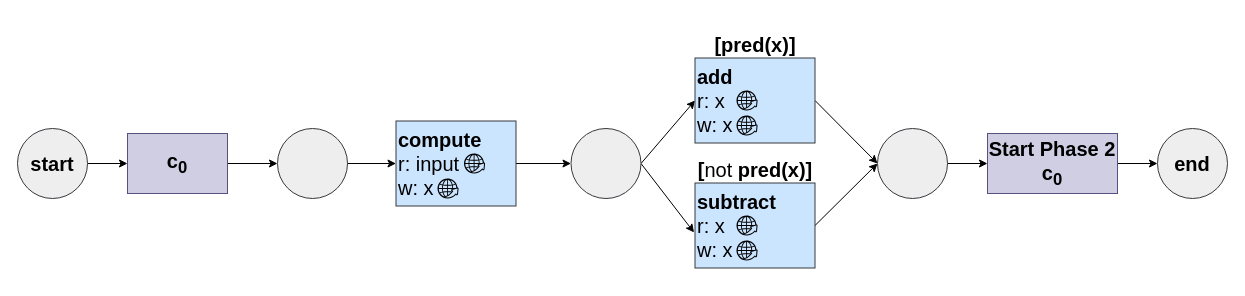
spcl/sebs-flow-artifact keeps this draw.io diagram as figures/model/condition.drawio. Above is the earlier version. Source tidied: cells renumbered, new cells numbered last; positions are measured from the earlier drawing's top-left corner, leaving out a move shared by most shapes. Both pictures are drawn from the tidied source at 100%, with x=0, y=0 at pixel (17, 28).
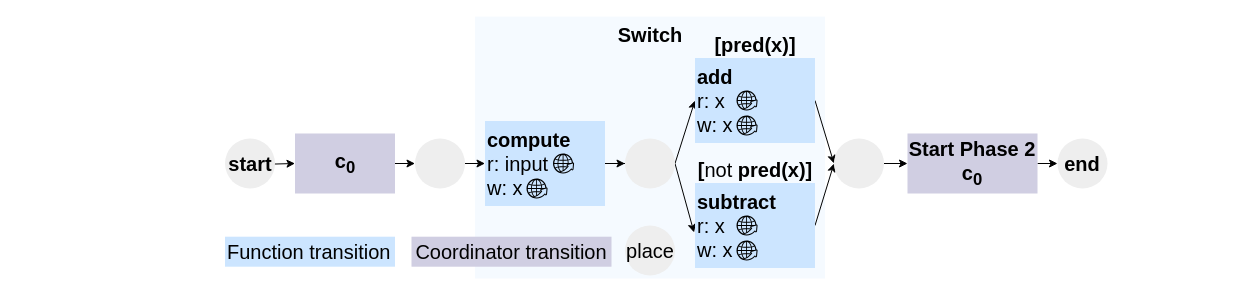
The same diagram, later.

Change to the diagram source:
```diff
@@
+    <mxCell id="30" value="&lt;b&gt;Switch&lt;/b&gt;" style="rounded=0;whiteSpace=wrap;html=1;fontSize=20;align=center;verticalAlign=top;strokeColor=none;fillColor=#F5FAFF;" parent="1" vertex="1">
+      <mxGeometry x="457.5" y="-11.9" width="350" height="261.9" as="geometry" />
+    </mxCell>
-    <mxCell id="2" style="edgeStyle=orthogonalEdgeStyle;rounded=0;jettySize=auto;html=1;entryX=0;entryY=0.5;entryDx=0;entryDy=0;fontSize=20;" parent="1" edge="1" source="3" target="5">
-      <mxGeometry relative="1" as="geometry" />
+    <mxCell id="2" style="edgeStyle=orthogonalEdgeStyle;rounded=0;jettySize=auto;html=1;entryX=0;entryY=0.5;entryDx=0;entryDy=0;fontSize=20;" parent="1" edge="1" target="5">
+      <mxGeometry relative="1" as="geometry">
+        <mxPoint x="237.5" y="135" as="sourcePoint" />
+      </mxGeometry>
     </mxCell>
-    <mxCell id="3" value="start" style="ellipse;whiteSpace=wrap;html=1;fontSize=20;fontStyle=1;fillColor=#eeeeee;strokeColor=#36393d;" parent="1" vertex="1">
-      <mxGeometry y="100" width="70" height="70" as="geometry" />
-    </mxCell>
-    <mxCell id="4" style="edgeStyle=none;rounded=0;jettySize=auto;html=1;exitX=1;exitY=0.5;exitDx=0;exitDy=0;entryX=0;entryY=0.5;entryDx=0;entryDy=0;fontSize=20;" parent="1" edge="1" source="5" target="25">
-      <mxGeometry relative="1" as="geometry" />
+    <mxCell id="4" style="edgeStyle=none;rounded=0;jettySize=auto;html=1;exitX=1;exitY=0.5;exitDx=0;exitDy=0;entryX=0;entryY=0.5;entryDx=0;entryDy=0;fontSize=20;" parent="1" edge="1" source="5">
+      <mxGeometry relative="1" as="geometry">
+        <mxPoint x="397.5" y="135" as="targetPoint" />
+      </mxGeometry>
     </mxCell>
-    <mxCell id="5" value="c&lt;sub&gt;0&lt;/sub&gt;" style="rounded=0;whiteSpace=wrap;html=1;fontSize=20;fillColor=#d0cee2;strokeColor=#56517e;fontStyle=1;" parent="1" vertex="1">
-      <mxGeometry x="110" y="105" width="100" height="60" as="geometry" />
+    <mxCell id="5" value="c&lt;sub&gt;0&lt;/sub&gt;" style="rounded=0;whiteSpace=wrap;html=1;fontSize=20;fillColor=#d0cee2;strokeColor=none;fontStyle=1;" parent="1" vertex="1">
+      <mxGeometry x="277.5" y="105" width="100" height="60" as="geometry" />
     </mxCell>
-    <mxCell id="6" style="edgeStyle=orthogonalEdgeStyle;rounded=0;jettySize=auto;html=1;exitX=1;exitY=0.5;exitDx=0;exitDy=0;entryX=0;entryY=0.5;entryDx=0;entryDy=0;" parent="1" edge="1" source="7" target="13">
+    <mxCell id="6" style="edgeStyle=orthogonalEdgeStyle;rounded=0;jettySize=auto;html=1;exitX=1;exitY=0.5;exitDx=0;exitDy=0;" parent="1" edge="1" source="7" target="32">
       <mxGeometry relative="1" as="geometry" />
     </mxCell>
-    <mxCell id="7" value="&lt;b&gt;compute&lt;br&gt;&lt;/b&gt;r: input&lt;br&gt;w: x" style="rounded=0;whiteSpace=wrap;html=1;fontSize=20;align=left;fillColor=#cce5ff;strokeColor=#36393d;" parent="1" vertex="1">
-      <mxGeometry x="378.5" y="92.5" width="120" height="85" as="geometry" />
+    <mxCell id="7" value="&lt;b&gt;compute&lt;br&gt;&lt;/b&gt;r: input&lt;br&gt;w: x" style="rounded=0;whiteSpace=wrap;html=1;fontSize=20;align=left;fillColor=#cce5ff;strokeColor=none;" parent="1" vertex="1">
+      <mxGeometry x="467.5" y="92.5" width="120" height="85" as="geometry" />
     </mxCell>
     <mxCell id="8" style="sketch=0;html=1;strokeColor=none;shadow=0;align=center;verticalAlign=top;fillColor=#000000;shape=mxgraph.gcp2.globe_world;" parent="1" vertex="1">
-      <mxGeometry x="446.5" y="125" width="21.1" height="20" as="geometry" />
+      <mxGeometry x="535.5" y="125" width="21.1" height="20" as="geometry" />
     </mxCell>
-    <mxCell id="9" style="edgeStyle=none;rounded=0;jettySize=auto;html=1;exitX=1;exitY=0.5;exitDx=0;exitDy=0;entryX=0;entryY=0.5;entryDx=0;entryDy=0;" parent="1" edge="1" target="7">
-      <mxGeometry relative="1" as="geometry">
-        <mxPoint x="320" y="135" as="sourcePoint" />
-      </mxGeometry>
+    <mxCell id="9" style="edgeStyle=none;rounded=0;jettySize=auto;html=1;exitX=1;exitY=0.5;exitDx=0;exitDy=0;entryX=0;entryY=0.5;entryDx=0;entryDy=0;startArrow=none;" parent="1" edge="1" source="33" target="7">
+      <mxGeometry relative="1" as="geometry" />
     </mxCell>
     <mxCell id="10" style="sketch=0;html=1;strokeColor=none;shadow=0;align=center;verticalAlign=top;fillColor=#000000;shape=mxgraph.gcp2.globe_world;" parent="1" vertex="1">
-      <mxGeometry x="420" y="150" width="21.1" height="20" as="geometry" />
+      <mxGeometry x="509" y="150" width="21.1" height="20" as="geometry" />
     </mxCell>
-    <mxCell id="11" style="rounded=0;jettySize=auto;html=1;exitX=1;exitY=0.5;exitDx=0;exitDy=0;entryX=0;entryY=0.5;entryDx=0;entryDy=0;" parent="1" edge="1" source="13" target="15">
+    <mxCell id="11" style="rounded=0;jettySize=auto;html=1;entryX=0;entryY=0.5;entryDx=0;entryDy=0;exitX=1;exitY=0.5;exitDx=0;exitDy=0;" parent="1" edge="1" source="32" target="15">
       <mxGeometry relative="1" as="geometry" />
     </mxCell>
-    <mxCell id="12" style="edgeStyle=none;rounded=0;jettySize=auto;html=1;exitX=1;exitY=0.5;exitDx=0;exitDy=0;entryX=-0.008;entryY=0.582;entryDx=0;entryDy=0;entryPerimeter=0;" parent="1" edge="1" source="13" target="19">
+    <mxCell id="12" style="edgeStyle=none;rounded=0;jettySize=auto;html=1;entryX=-0.008;entryY=0.582;entryDx=0;entryDy=0;entryPerimeter=0;exitX=1;exitY=0.5;exitDx=0;exitDy=0;" parent="1" edge="1" source="32" target="19">
       <mxGeometry relative="1" as="geometry" />
     </mxCell>
-    <mxCell id="13" style="ellipse;whiteSpace=wrap;html=1;fontSize=20;fontStyle=1;fillColor=#eeeeee;strokeColor=#36393d;" parent="1" vertex="1">
-      <mxGeometry x="553.5" y="100" width="70" height="70" as="geometry" />
-    </mxCell>
-    <mxCell id="14" style="edgeStyle=none;rounded=0;jettySize=auto;html=1;exitX=1;exitY=0.5;exitDx=0;exitDy=0;entryX=0;entryY=0.5;entryDx=0;entryDy=0;fontSize=20;" parent="1" edge="1" source="15" target="29">
+    <mxCell id="14" style="edgeStyle=none;rounded=0;jettySize=auto;html=1;exitX=1;exitY=0.5;exitDx=0;exitDy=0;entryX=0;entryY=0.5;entryDx=0;entryDy=0;fontSize=20;" parent="1" edge="1" source="15" target="31">
       <mxGeometry relative="1" as="geometry" />
     </mxCell>
-    <mxCell id="15" value="&lt;b&gt;add&lt;br&gt;&lt;/b&gt;r: x&lt;br&gt;w: x" style="rounded=0;whiteSpace=wrap;html=1;fontSize=20;align=left;fillColor=#cce5ff;strokeColor=#36393d;" parent="1" vertex="1">
+    <mxCell id="15" value="&lt;b&gt;add&lt;br&gt;&lt;/b&gt;r: x&lt;br&gt;w: x" style="rounded=0;whiteSpace=wrap;html=1;fontSize=20;align=left;fillColor=#cce5ff;strokeColor=none;" parent="1" vertex="1">
       <mxGeometry x="677.5" y="29.5" width="120" height="85" as="geometry" />
     </mxCell>
@@
-    <mxCell id="18" style="edgeStyle=none;rounded=0;jettySize=auto;html=1;exitX=1;exitY=0.5;exitDx=0;exitDy=0;fontSize=20;entryX=0;entryY=0.5;entryDx=0;entryDy=0;" parent="1" edge="1" source="19" target="29">
+    <mxCell id="18" style="edgeStyle=none;rounded=0;jettySize=auto;html=1;exitX=1;exitY=0.5;exitDx=0;exitDy=0;fontSize=20;entryX=0;entryY=0.5;entryDx=0;entryDy=0;" parent="1" edge="1" source="19" target="31">
       <mxGeometry relative="1" as="geometry" />
     </mxCell>
-    <mxCell id="19" value="&lt;b&gt;subtract&lt;br&gt;&lt;/b&gt;r: x&lt;br&gt;w: x" style="rounded=0;whiteSpace=wrap;html=1;fontSize=20;align=left;fillColor=#cce5ff;strokeColor=#36393d;" parent="1" vertex="1">
+    <mxCell id="19" value="&lt;b&gt;subtract&lt;br&gt;&lt;/b&gt;r: x&lt;br&gt;w: x" style="rounded=0;whiteSpace=wrap;html=1;fontSize=20;align=left;fillColor=#cce5ff;strokeColor=none;" parent="1" vertex="1">
       <mxGeometry x="677.5" y="154.5" width="120" height="85" as="geometry" />
     </mxCell>
@@
-    <mxCell id="24" value="end" style="ellipse;whiteSpace=wrap;html=1;fontSize=20;fontStyle=1;fillColor=#eeeeee;strokeColor=#36393d;" parent="1" vertex="1">
-      <mxGeometry x="1140" y="100" width="70" height="70" as="geometry" />
-    </mxCell>
-    <mxCell id="25" style="ellipse;whiteSpace=wrap;html=1;fontSize=20;fontStyle=1;fillColor=#eeeeee;strokeColor=#36393d;" parent="1" vertex="1">
-      <mxGeometry x="260" y="100" width="70" height="70" as="geometry" />
-    </mxCell>
@@
-    <mxCell id="27" value="Start Phase 2 c&lt;sub&gt;0&lt;/sub&gt;" style="rounded=0;whiteSpace=wrap;html=1;fontSize=20;fillColor=#d0cee2;strokeColor=#56517e;fontStyle=1;" parent="1" vertex="1">
-      <mxGeometry x="970" y="105" width="130" height="60" as="geometry" />
+    <mxCell id="27" value="Start Phase 2 c&lt;sub&gt;0&lt;/sub&gt;" style="rounded=0;whiteSpace=wrap;html=1;fontSize=20;fillColor=#d0cee2;strokeColor=none;fontStyle=1;" parent="1" vertex="1">
+      <mxGeometry x="890" y="105" width="130" height="60" as="geometry" />
     </mxCell>
-    <mxCell id="28" style="edgeStyle=orthogonalEdgeStyle;rounded=0;jettySize=auto;html=1;exitX=1;exitY=0.5;exitDx=0;exitDy=0;entryX=0;entryY=0.5;entryDx=0;entryDy=0;" parent="1" edge="1" source="29" target="27">
+    <mxCell id="28" style="rounded=0;jettySize=auto;html=1;entryX=0;entryY=0.5;entryDx=0;entryDy=0;exitX=1;exitY=0.5;exitDx=0;exitDy=0;" parent="1" edge="1" source="31" target="27">
       <mxGeometry relative="1" as="geometry" />
     </mxCell>
-    <mxCell id="29" style="ellipse;whiteSpace=wrap;html=1;fontSize=20;fontStyle=1;fillColor=#eeeeee;strokeColor=#36393d;" parent="1" vertex="1">
-      <mxGeometry x="860" y="100" width="70" height="70" as="geometry" />
-    </mxCell>
+    <mxCell id="3" value="start" style="ellipse;whiteSpace=wrap;html=1;fontSize=20;fontStyle=1;fillColor=#eeeeee;strokeColor=none;" parent="1" vertex="1">
+      <mxGeometry x="207.5" y="110" width="50" height="50" as="geometry" />
+    </mxCell>
+    <mxCell id="24" value="end" style="ellipse;whiteSpace=wrap;html=1;fontSize=20;fontStyle=1;fillColor=#eeeeee;strokeColor=none;" parent="1" vertex="1">
+      <mxGeometry x="1040" y="110" width="50" height="50" as="geometry" />
+    </mxCell>
+    <mxCell id="31" style="ellipse;whiteSpace=wrap;html=1;fontSize=20;fontStyle=1;fillColor=#eeeeee;strokeColor=none;" parent="1" vertex="1">
+      <mxGeometry x="816.5" y="110" width="50" height="50" as="geometry" />
+    </mxCell>
+    <mxCell id="32" style="ellipse;whiteSpace=wrap;html=1;fontSize=20;fontStyle=1;fillColor=#eeeeee;strokeColor=none;" parent="1" vertex="1">
+      <mxGeometry x="607.5" y="110" width="50" height="50" as="geometry" />
+    </mxCell>
+    <mxCell id="33" style="ellipse;whiteSpace=wrap;html=1;fontSize=20;fontStyle=1;fillColor=#eeeeee;strokeColor=none;" parent="1" vertex="1">
+      <mxGeometry x="397.5" y="110" width="50" height="50" as="geometry" />
+    </mxCell>
+    <mxCell id="34" value="Function transition" style="rounded=0;whiteSpace=wrap;html=1;fontSize=20;align=left;fillColor=#cce5ff;strokeColor=none;" parent="1" vertex="1">
+      <mxGeometry x="207.5" y="208.2" width="170" height="30" as="geometry" />
+    </mxCell>
+    <mxCell id="35" value="&lt;span style=&quot;font-weight: normal&quot;&gt;Coordinator transition&lt;/span&gt;" style="rounded=0;whiteSpace=wrap;html=1;fontSize=20;fillColor=#d0cee2;strokeColor=none;fontStyle=1;" parent="1" vertex="1">
+      <mxGeometry x="394" y="208.2" width="200" height="30" as="geometry" />
+    </mxCell>
+    <mxCell id="36" value="&lt;span style=&quot;font-weight: normal&quot;&gt;place&lt;/span&gt;" style="ellipse;whiteSpace=wrap;html=1;fontSize=20;fontStyle=1;fillColor=#eeeeee;strokeColor=none;" parent="1" vertex="1">
+      <mxGeometry x="607.5" y="197" width="50" height="50" as="geometry" />
+    </mxCell>
```
